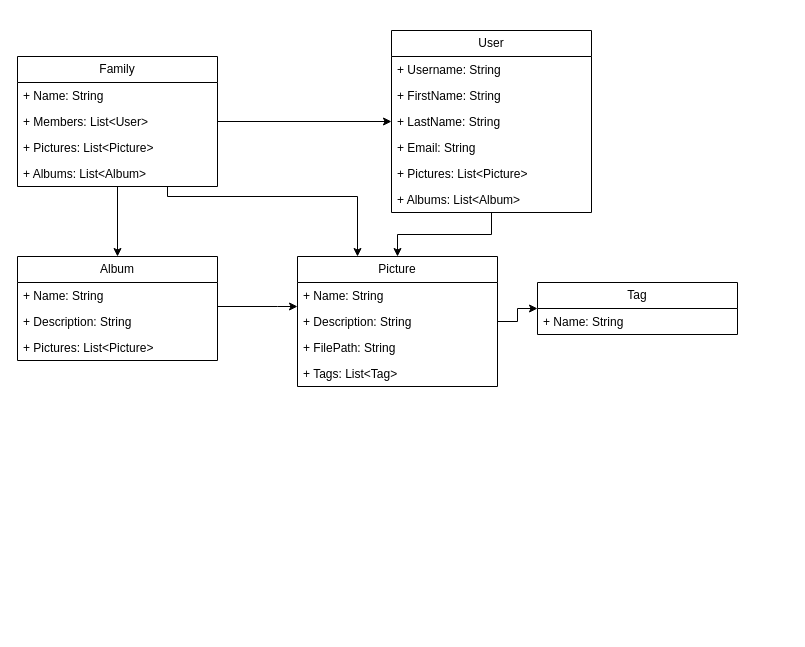
Earlier version of the draw.io diagram FrameStack.drawio (TheLobster1/framestack). Source tidied: cells renumbered, new cells numbered last; positions are measured from the earlier drawing's top-left corner, leaving out a move shared by most shapes. Both pictures are drawn from the tidied source at 100%, with x=0, y=0 at pixel (17, 30).
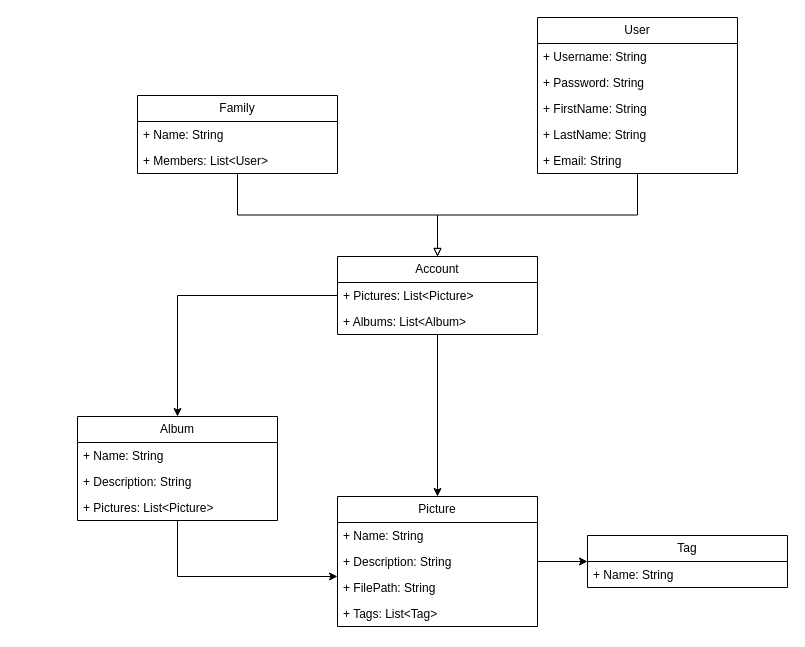
Above is the later version.

Commit message (it also covers changes not shown here):
Updated class diagram and database design.

The edit, as a diff of the source:
```diff
@@
-    <mxCell id="2" style="edgeStyle=orthogonalEdgeStyle;rounded=0;jettySize=auto;html=1;entryX=0.5;entryY=0;entryDx=0;entryDy=0;" parent="1" edge="1" source="5" target="19">
-      <mxGeometry relative="1" as="geometry" />
-    </mxCell>
-    <mxCell id="3" style="edgeStyle=orthogonalEdgeStyle;rounded=0;jettySize=auto;html=1;" parent="1" edge="1" source="5" target="24">
-      <mxGeometry relative="1" as="geometry">
-        <Array as="points">
-          <mxPoint x="150" y="166" />
-          <mxPoint x="340" y="166" />
-        </Array>
-      </mxGeometry>
-    </mxCell>
-    <mxCell id="4" style="edgeStyle=orthogonalEdgeStyle;rounded=0;jettySize=auto;html=1;" parent="1" edge="1" source="5" target="11">
-      <mxGeometry relative="1" as="geometry" />
-    </mxCell>
+    <mxCell id="31" style="edgeStyle=orthogonalEdgeStyle;rounded=0;jettySize=auto;html=1;endArrow=block;endFill=0;" parent="1" edge="1" source="5" target="36">
+      <mxGeometry relative="1" as="geometry" />
+    </mxCell>
     <mxCell id="5" value="Family" style="swimlane;fontStyle=0;horizontal=1;startSize=26;fillColor=none;whiteSpace=wrap;html=1;" parent="1" vertex="1">
-      <mxGeometry y="26" width="200" height="130" as="geometry" />
+      <mxGeometry x="120" y="65" width="200" height="78" as="geometry" />
     </mxCell>
@@
-    <mxCell id="8" value="+ Pictures: List&amp;lt;Picture&amp;gt;" style="text;strokeColor=none;fillColor=none;align=left;verticalAlign=top;spacingLeft=4;spacingRight=4;overflow=hidden;whiteSpace=wrap;html=1;" parent="5" vertex="1">
-      <mxGeometry y="78" width="200" height="26" as="geometry" />
-    </mxCell>
-    <mxCell id="9" value="+ Albums: List&amp;lt;Album&amp;gt;" style="text;strokeColor=none;fillColor=none;align=left;verticalAlign=top;spacingLeft=4;spacingRight=4;overflow=hidden;whiteSpace=wrap;html=1;" parent="5" vertex="1">
-      <mxGeometry y="104" width="200" height="26" as="geometry" />
-    </mxCell>
-    <mxCell id="10" style="edgeStyle=orthogonalEdgeStyle;rounded=0;jettySize=auto;html=1;entryX=0.5;entryY=0;entryDx=0;entryDy=0;" parent="1" edge="1" source="11" target="24">
-      <mxGeometry relative="1" as="geometry" />
-    </mxCell>
+    <mxCell id="32" style="edgeStyle=orthogonalEdgeStyle;rounded=0;jettySize=auto;html=1;endArrow=block;endFill=0;" parent="1" edge="1" source="11" target="36">
+      <mxGeometry relative="1" as="geometry" />
+    </mxCell>
     <mxCell id="11" value="User" style="swimlane;fontStyle=0;horizontal=1;startSize=26;fillColor=none;whiteSpace=wrap;html=1;" parent="1" vertex="1">
-      <mxGeometry x="374" width="200" height="182" as="geometry" />
+      <mxGeometry x="520" y="-13" width="200" height="156" as="geometry" />
     </mxCell>
@@
+    <mxCell id="33" value="+ Password: String" style="text;strokeColor=none;fillColor=none;align=left;verticalAlign=top;spacingLeft=4;spacingRight=4;overflow=hidden;whiteSpace=wrap;html=1;" parent="11" vertex="1">
+      <mxGeometry y="52" width="200" height="26" as="geometry" />
+    </mxCell>
     <mxCell id="13" value="+ FirstName: String" style="text;strokeColor=none;fillColor=none;align=left;verticalAlign=top;spacingLeft=4;spacingRight=4;overflow=hidden;whiteSpace=wrap;html=1;" parent="11" vertex="1">
-      <mxGeometry y="52" width="200" height="26" as="geometry" />
+      <mxGeometry y="78" width="200" height="26" as="geometry" />
     </mxCell>
     <mxCell id="14" value="+ LastName: String" style="text;strokeColor=none;fillColor=none;align=left;verticalAlign=top;spacingLeft=4;spacingRight=4;overflow=hidden;whiteSpace=wrap;html=1;" parent="11" vertex="1">
-      <mxGeometry y="78" width="200" height="26" as="geometry" />
+      <mxGeometry y="104" width="200" height="26" as="geometry" />
     </mxCell>
     <mxCell id="15" value="+ Email: String" style="text;strokeColor=none;fillColor=none;align=left;verticalAlign=top;spacingLeft=4;spacingRight=4;overflow=hidden;whiteSpace=wrap;html=1;" parent="11" vertex="1">
-      <mxGeometry y="104" width="200" height="26" as="geometry" />
+      <mxGeometry y="130" width="200" height="26" as="geometry" />
     </mxCell>
-    <mxCell id="16" value="+ Pictures: List&amp;lt;Picture&amp;gt;" style="text;strokeColor=none;fillColor=none;align=left;verticalAlign=top;spacingLeft=4;spacingRight=4;overflow=hidden;whiteSpace=wrap;html=1;" parent="11" vertex="1">
-      <mxGeometry y="130" width="200" height="26" as="geometry" />
-    </mxCell>
-    <mxCell id="17" value="+ Albums: List&amp;lt;Album&amp;gt;" style="text;strokeColor=none;fillColor=none;align=left;verticalAlign=top;spacingLeft=4;spacingRight=4;overflow=hidden;whiteSpace=wrap;html=1;" parent="11" vertex="1">
-      <mxGeometry y="156" width="200" height="26" as="geometry" />
-    </mxCell>
     <mxCell id="18" style="edgeStyle=orthogonalEdgeStyle;rounded=0;jettySize=auto;html=1;" parent="1" edge="1" source="19" target="24">
       <mxGeometry relative="1" as="geometry">
         <Array as="points">
-          <mxPoint x="260" y="276" />
-          <mxPoint x="260" y="276" />
+          <mxPoint x="320" y="546" />
+          <mxPoint x="320" y="546" />
         </Array>
       </mxGeometry>
     </mxCell>
     <mxCell id="19" value="Album" style="swimlane;fontStyle=0;horizontal=1;startSize=26;fillColor=none;whiteSpace=wrap;html=1;" parent="1" vertex="1">
-      <mxGeometry y="226" width="200" height="104" as="geometry" />
+      <mxGeometry x="60" y="386" width="200" height="104" as="geometry" />
     </mxCell>
@@
     <mxCell id="24" value="Picture" style="swimlane;fontStyle=0;horizontal=1;startSize=26;fillColor=none;whiteSpace=wrap;html=1;" parent="1" vertex="1">
-      <mxGeometry x="280" y="226" width="200" height="130" as="geometry" />
+      <mxGeometry x="320" y="466" width="200" height="130" as="geometry" />
     </mxCell>
@@
     <mxCell id="29" value="Tag" style="swimlane;fontStyle=0;horizontal=1;startSize=26;fillColor=none;whiteSpace=wrap;html=1;" parent="1" vertex="1">
-      <mxGeometry x="520" y="252" width="200" height="52" as="geometry" />
+      <mxGeometry x="570" y="505" width="200" height="52" as="geometry" />
     </mxCell>
@@
+    <mxCell id="34" style="edgeStyle=orthogonalEdgeStyle;rounded=0;jettySize=auto;html=1;" parent="1" edge="1" source="36" target="19">
+      <mxGeometry relative="1" as="geometry" />
+    </mxCell>
+    <mxCell id="35" style="edgeStyle=orthogonalEdgeStyle;rounded=0;jettySize=auto;html=1;" parent="1" edge="1" source="36" target="24">
+      <mxGeometry relative="1" as="geometry" />
+    </mxCell>
+    <mxCell id="36" value="Account" style="swimlane;fontStyle=0;horizontal=1;startSize=26;fillColor=none;whiteSpace=wrap;html=1;" parent="1" vertex="1">
+      <mxGeometry x="320" y="226" width="200" height="78" as="geometry" />
+    </mxCell>
+    <mxCell id="8" value="+ Pictures: List&amp;lt;Picture&amp;gt;" style="text;strokeColor=none;fillColor=none;align=left;verticalAlign=top;spacingLeft=4;spacingRight=4;overflow=hidden;whiteSpace=wrap;html=1;" parent="36" vertex="1">
+      <mxGeometry y="26" width="200" height="26" as="geometry" />
+    </mxCell>
+    <mxCell id="9" value="+ Albums: List&amp;lt;Album&amp;gt;" style="text;strokeColor=none;fillColor=none;align=left;verticalAlign=top;spacingLeft=4;spacingRight=4;overflow=hidden;whiteSpace=wrap;html=1;" parent="36" vertex="1">
+      <mxGeometry y="52" width="200" height="26" as="geometry" />
+    </mxCell>
```
